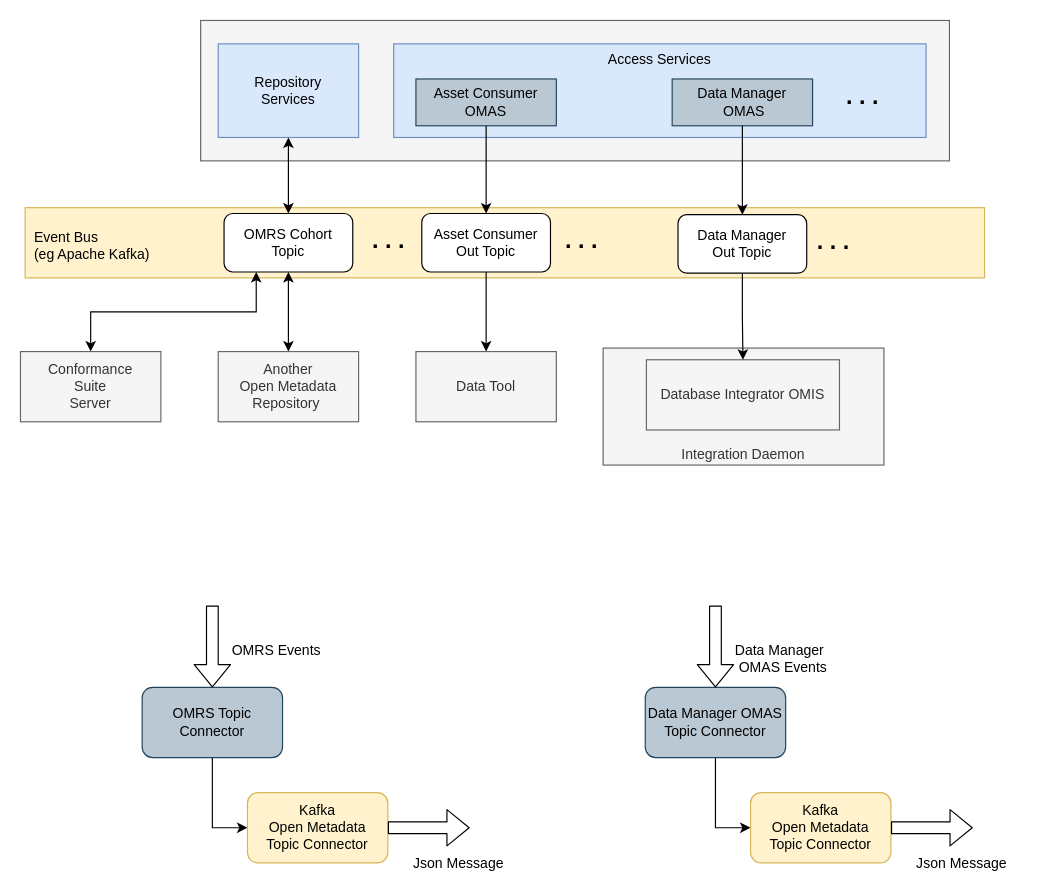
This is page "event-bus-role" (26 of 28) of open-metadata-implementation/admin-services/docs/egeria-operations.drawio from odpi/egeria, a draw.io file, before an edit. Source tidied: cells renumbered, new cells numbered last; positions are measured from the earlier drawing's top-left corner, leaving out a move shared by most shapes. Both pictures are drawn from the tidied source at 117%, with x=0, y=0 at pixel (20, 20).
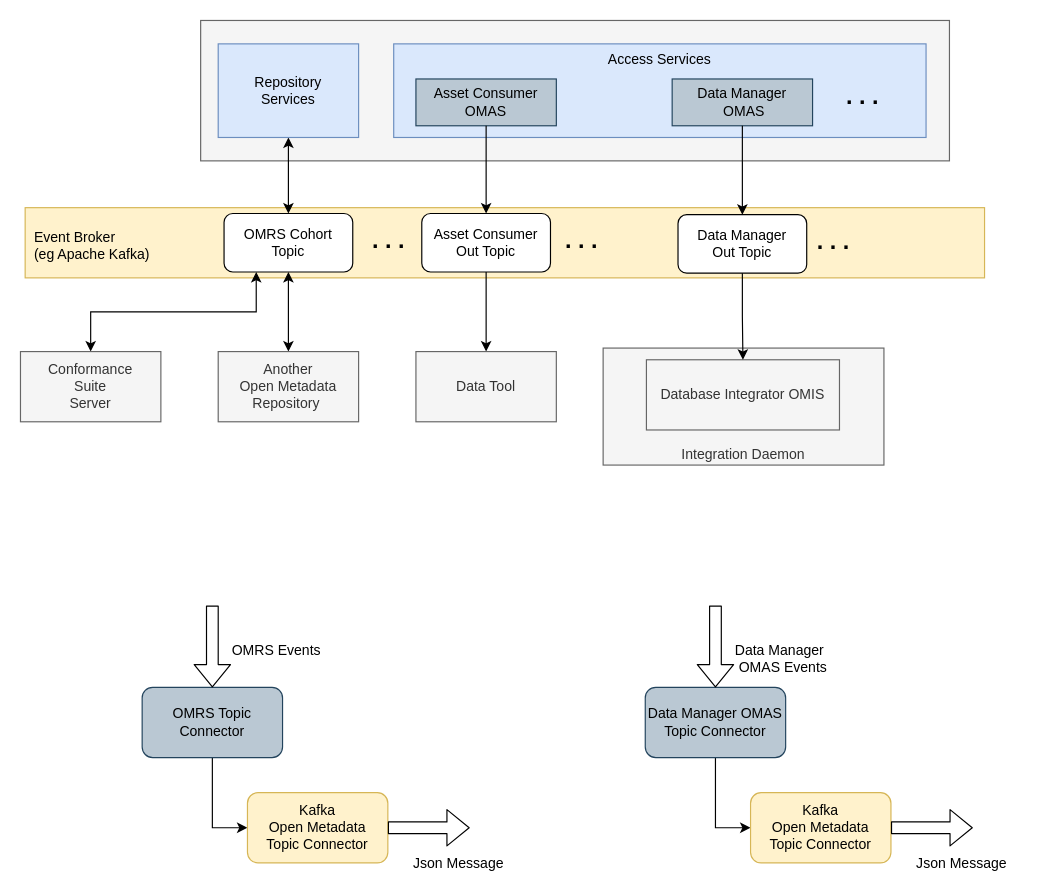
Above is the later version.

What changed in the source:
```diff
@@
-    <mxCell id="3" value="Event Bus&lt;br&gt;(eg Apache Kafka)&lt;br&gt;" style="text;html=1;align=left;verticalAlign=top;spacingTop=-4;fontSize=12;" parent="1" vertex="1">
+    <mxCell id="3" value="Event Broker&lt;br&gt;(eg Apache Kafka)" style="text;html=1;align=left;verticalAlign=top;spacingTop=-4;fontSize=12;" parent="1" vertex="1">
       <mxGeometry x="10" y="176" width="110" height="30" as="geometry" />
     </mxCell>
```
